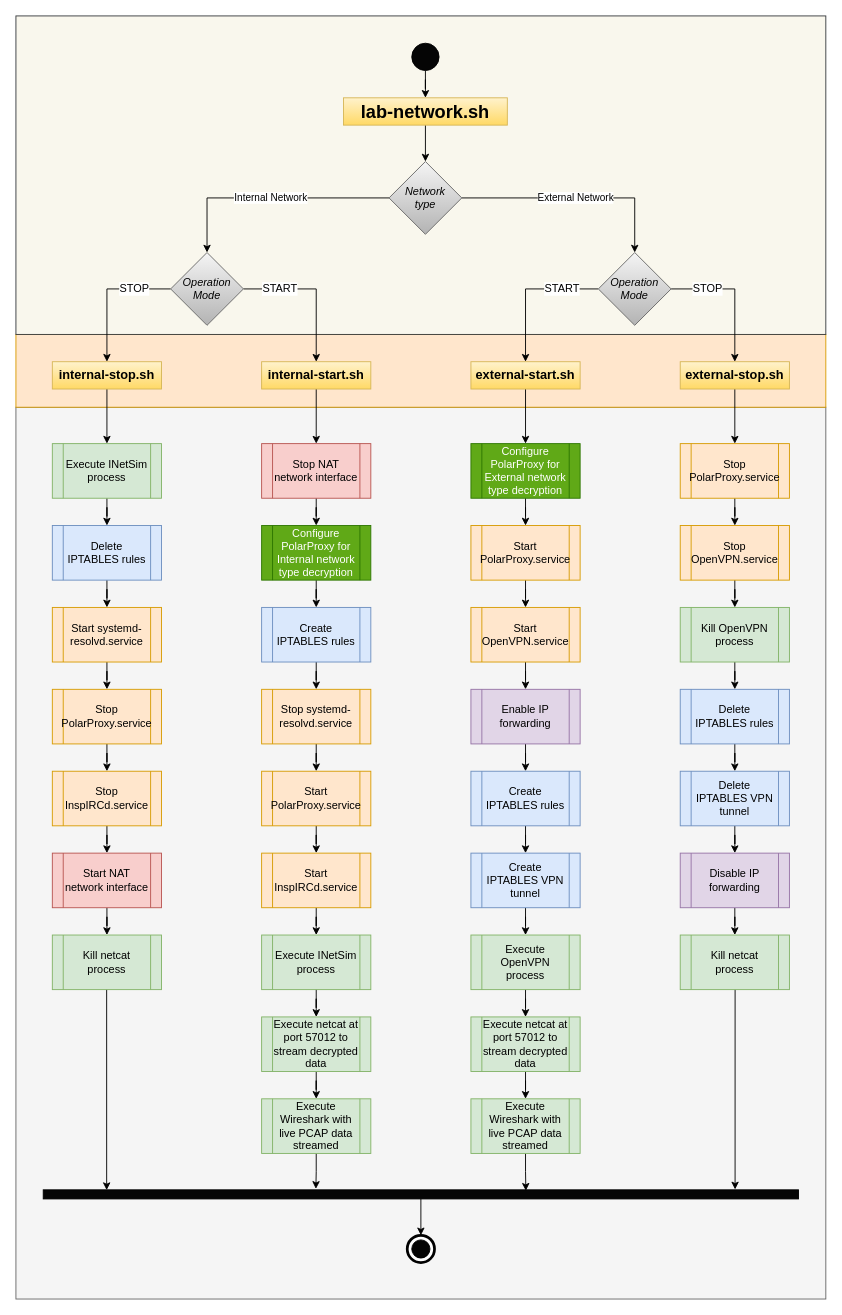
The draw.io diagram assets/lab-part-2/script-network.drawio in qwertzy-antonio-godinho/qwertzy-antonio-godinho.github.io, before the edit. Source tidied: cells renumbered, new cells numbered last; positions are measured from the earlier drawing's top-left corner, leaving out a move shared by most shapes. Both pictures are drawn from the tidied source at 91%, with x=0, y=0 at pixel (15, 15).
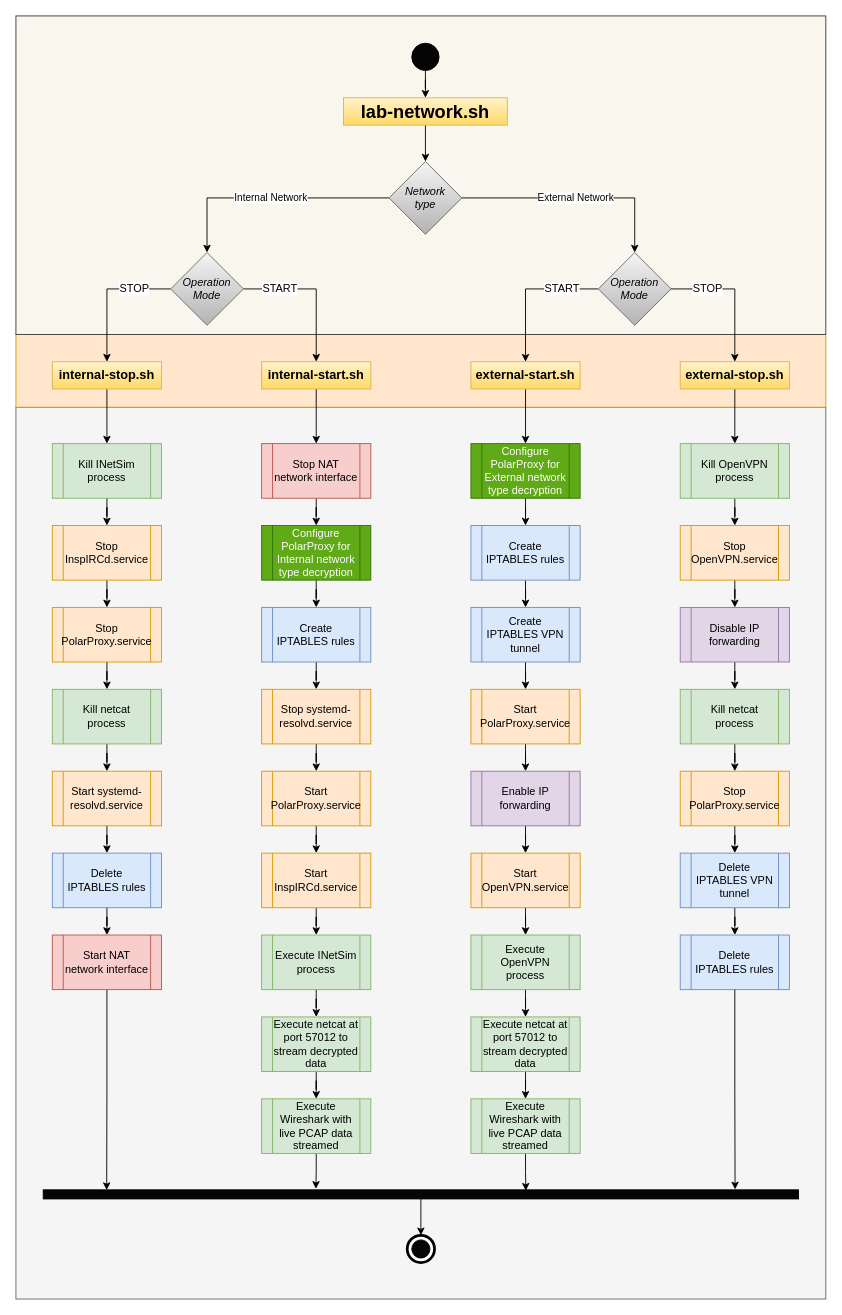
After the change.

Unchanged cells that the change refers to:
```xml
<mxCell id="22" value="Configure PolarProxy for External network type decryption" style="shape=process;whiteSpace=wrap;html=1;backgroundOutline=1;fillColor=#60a917;strokeColor=#2D7600;fontColor=#ffffff;" parent="1" vertex="1">
  <mxGeometry x="500" y="470" width="120" height="60" as="geometry" />
</mxCell>
<mxCell id="58" value="&lt;font style=&quot;font-size: 14px&quot;&gt;external-stop.sh&lt;/font&gt;" style="rounded=0;whiteSpace=wrap;html=1;gradientColor=#ffd966;fillColor=#fff2cc;strokeColor=#d6b656;fontStyle=1;" parent="1" vertex="1">
  <mxGeometry x="730" y="380" width="120" height="30" as="geometry" />
</mxCell>
<mxCell id="70" value="Execute OpenVPN process" style="shape=process;whiteSpace=wrap;html=1;backgroundOutline=1;fillColor=#d5e8d4;strokeColor=#82b366;" parent="1" vertex="1">
  <mxGeometry x="500" y="1010" width="120" height="60" as="geometry" />
</mxCell>
<mxCell id="74" value="Stop OpenVPN.service" style="shape=process;whiteSpace=wrap;html=1;backgroundOutline=1;fillColor=#ffe6cc;strokeColor=#d79b00;" parent="1" vertex="1">
  <mxGeometry x="730" y="560" width="120" height="60" as="geometry" />
</mxCell>
<mxCell id="90" style="rounded=0;whiteSpace=wrap;html=1;glass=0;fillColor=#050505;" parent="1" vertex="1">
  <mxGeometry x="30" y="1290" width="830" height="10" as="geometry" />
</mxCell>
```

Change to the diagram source:
```diff
@@
-    <mxCell id="21" style="edgeStyle=orthogonalEdgeStyle;rounded=0;jettySize=auto;html=1;" parent="1" edge="1" source="22" target="60">
-      <mxGeometry relative="1" as="geometry" />
-    </mxCell>
+    <mxCell id="94" style="edgeStyle=orthogonalEdgeStyle;rounded=0;jettySize=auto;html=1;entryX=0.5;entryY=0;entryDx=0;entryDy=0;" parent="1" edge="1" source="22" target="66">
+      <mxGeometry relative="1" as="geometry" />
+    </mxCell>
@@
-    <mxCell id="30" style="edgeStyle=orthogonalEdgeStyle;rounded=0;jettySize=auto;html=1;" parent="1" edge="1" source="31" target="35">
-      <mxGeometry relative="1" as="geometry" />
-    </mxCell>
+    <mxCell id="95" style="edgeStyle=orthogonalEdgeStyle;rounded=0;jettySize=auto;html=1;entryX=0.5;entryY=0;entryDx=0;entryDy=0;" parent="1" edge="1" source="31" target="41">
+      <mxGeometry relative="1" as="geometry" />
+    </mxCell>
-    <mxCell id="31" value="Execute INetSim process" style="shape=process;whiteSpace=wrap;html=1;backgroundOutline=1;fillColor=#d5e8d4;strokeColor=#82b366;" parent="1" vertex="1">
+    <mxCell id="31" value="Kill INetSim process" style="shape=process;whiteSpace=wrap;html=1;backgroundOutline=1;fillColor=#d5e8d4;strokeColor=#82b366;" parent="1" vertex="1">
       <mxGeometry x="40" y="470" width="120" height="60" as="geometry" />
     </mxCell>
-    <mxCell id="32" style="edgeStyle=orthogonalEdgeStyle;rounded=0;jettySize=auto;html=1;entryX=0.084;entryY=0.034;entryDx=0;entryDy=0;entryPerimeter=0;exitX=0.5;exitY=1;exitDx=0;exitDy=0;" parent="1" edge="1" source="33" target="90">
-      <mxGeometry relative="1" as="geometry">
-        <Array as="points">
-          <mxPoint x="100" y="1290" />
-        </Array>
-      </mxGeometry>
+    <mxCell id="32" style="edgeStyle=orthogonalEdgeStyle;rounded=0;jettySize=auto;html=1;entryX=0.084;entryY=0.034;entryDx=0;entryDy=0;entryPerimeter=0;exitX=0.5;exitY=1;exitDx=0;exitDy=0;" parent="1" edge="1" source="51" target="90">
+      <mxGeometry relative="1" as="geometry" />
     </mxCell>
+    <mxCell id="96" style="edgeStyle=orthogonalEdgeStyle;rounded=0;jettySize=auto;html=1;" parent="1" edge="1" source="33" target="37">
+      <mxGeometry relative="1" as="geometry" />
+    </mxCell>
     <mxCell id="33" value="Kill netcat process" style="shape=process;whiteSpace=wrap;html=1;backgroundOutline=1;fillColor=#d5e8d4;strokeColor=#82b366;" parent="1" vertex="1">
-      <mxGeometry x="40" y="1010" width="120" height="60" as="geometry" />
+      <mxGeometry x="40" y="740" width="120" height="60" as="geometry" />
     </mxCell>
-    <mxCell id="34" style="edgeStyle=orthogonalEdgeStyle;rounded=0;jettySize=auto;html=1;" parent="1" edge="1" source="35" target="37">
-      <mxGeometry relative="1" as="geometry" />
-    </mxCell>
+    <mxCell id="97" style="edgeStyle=orthogonalEdgeStyle;rounded=0;jettySize=auto;html=1;entryX=0.5;entryY=0;entryDx=0;entryDy=0;" parent="1" edge="1" source="35" target="51">
+      <mxGeometry relative="1" as="geometry" />
+    </mxCell>
     <mxCell id="35" value="Delete IPTABLES rules" style="shape=process;whiteSpace=wrap;html=1;backgroundOutline=1;fillColor=#dae8fc;strokeColor=#6c8ebf;" parent="1" vertex="1">
-      <mxGeometry x="40" y="560" width="120" height="60" as="geometry" />
+      <mxGeometry x="40" y="920" width="120" height="60" as="geometry" />
     </mxCell>
-    <mxCell id="36" style="edgeStyle=orthogonalEdgeStyle;rounded=0;jettySize=auto;html=1;" parent="1" edge="1" source="37" target="39">
-      <mxGeometry relative="1" as="geometry" />
-    </mxCell>
+    <mxCell id="98" style="edgeStyle=orthogonalEdgeStyle;rounded=0;jettySize=auto;html=1;entryX=0.5;entryY=0;entryDx=0;entryDy=0;" parent="1" edge="1" source="37" target="35">
+      <mxGeometry relative="1" as="geometry" />
+    </mxCell>
     <mxCell id="37" value="Start systemd-resolvd.service" style="shape=process;whiteSpace=wrap;html=1;backgroundOutline=1;fillColor=#ffe6cc;strokeColor=#d79b00;" parent="1" vertex="1">
-      <mxGeometry x="40" y="650" width="120" height="60" as="geometry" />
+      <mxGeometry x="40" y="830" width="120" height="60" as="geometry" />
     </mxCell>
-    <mxCell id="38" style="edgeStyle=orthogonalEdgeStyle;rounded=0;jettySize=auto;html=1;" parent="1" edge="1" source="39" target="41">
-      <mxGeometry relative="1" as="geometry" />
-    </mxCell>
+    <mxCell id="99" style="edgeStyle=orthogonalEdgeStyle;rounded=0;jettySize=auto;html=1;" parent="1" edge="1" source="39" target="33">
+      <mxGeometry relative="1" as="geometry" />
+    </mxCell>
     <mxCell id="39" value="Stop PolarProxy.service" style="shape=process;whiteSpace=wrap;html=1;backgroundOutline=1;fillColor=#ffe6cc;strokeColor=#d79b00;" parent="1" vertex="1">
-      <mxGeometry x="40" y="740" width="120" height="60" as="geometry" />
+      <mxGeometry x="40" y="650" width="120" height="60" as="geometry" />
     </mxCell>
-    <mxCell id="40" style="edgeStyle=orthogonalEdgeStyle;rounded=0;jettySize=auto;html=1;" parent="1" edge="1" source="41" target="51">
-      <mxGeometry relative="1" as="geometry" />
-    </mxCell>
+    <mxCell id="100" style="edgeStyle=orthogonalEdgeStyle;rounded=0;jettySize=auto;html=1;entryX=0.5;entryY=0;entryDx=0;entryDy=0;" parent="1" edge="1" source="41" target="39">
+      <mxGeometry relative="1" as="geometry" />
+    </mxCell>
     <mxCell id="41" value="Stop InspIRCd.service" style="shape=process;whiteSpace=wrap;html=1;backgroundOutline=1;fillColor=#ffe6cc;strokeColor=#d79b00;" parent="1" vertex="1">
-      <mxGeometry x="40" y="830" width="120" height="60" as="geometry" />
+      <mxGeometry x="40" y="560" width="120" height="60" as="geometry" />
     </mxCell>
@@
-    <mxCell id="50" style="edgeStyle=orthogonalEdgeStyle;rounded=0;jettySize=auto;html=1;entryX=0.5;entryY=0;entryDx=0;entryDy=0;" parent="1" edge="1" source="51" target="33">
-      <mxGeometry relative="1" as="geometry" />
-    </mxCell>
     <mxCell id="51" value="Start NAT network interface" style="shape=process;whiteSpace=wrap;html=1;backgroundOutline=1;fillColor=#f8cecc;strokeColor=#b85450;" parent="1" vertex="1">
-      <mxGeometry x="40" y="920" width="120" height="60" as="geometry" />
+      <mxGeometry x="40" y="1010" width="120" height="60" as="geometry" />
     </mxCell>
@@
-    <mxCell id="57" style="edgeStyle=orthogonalEdgeStyle;rounded=0;jettySize=auto;html=1;entryX=0.5;entryY=0;entryDx=0;entryDy=0;" parent="1" edge="1" source="58" target="72">
-      <mxGeometry relative="1" as="geometry" />
-    </mxCell>
+    <mxCell id="101" style="edgeStyle=orthogonalEdgeStyle;rounded=0;jettySize=auto;html=1;entryX=0.5;entryY=0;entryDx=0;entryDy=0;" parent="1" edge="1" source="58" target="76">
+      <mxGeometry relative="1" as="geometry" />
+    </mxCell>
@@
-    <mxCell id="59" style="edgeStyle=orthogonalEdgeStyle;rounded=0;jettySize=auto;html=1;entryX=0.5;entryY=0;entryDx=0;entryDy=0;" parent="1" edge="1" source="60" target="62">
-      <mxGeometry relative="1" as="geometry" />
-    </mxCell>
+    <mxCell id="102" style="edgeStyle=orthogonalEdgeStyle;rounded=0;jettySize=auto;html=1;entryX=0.5;entryY=0;entryDx=0;entryDy=0;" parent="1" edge="1" source="60" target="64">
+      <mxGeometry relative="1" as="geometry" />
+    </mxCell>
     <mxCell id="60" value="Start PolarProxy.service" style="shape=process;whiteSpace=wrap;html=1;backgroundOutline=1;fillColor=#ffe6cc;strokeColor=#d79b00;" parent="1" vertex="1">
-      <mxGeometry x="500" y="560" width="120" height="60" as="geometry" />
+      <mxGeometry x="500" y="740" width="120" height="60" as="geometry" />
     </mxCell>
-    <mxCell id="61" style="edgeStyle=orthogonalEdgeStyle;rounded=0;jettySize=auto;html=1;entryX=0.5;entryY=0;entryDx=0;entryDy=0;" parent="1" edge="1" source="62" target="64">
-      <mxGeometry relative="1" as="geometry" />
-    </mxCell>
+    <mxCell id="103" style="edgeStyle=orthogonalEdgeStyle;rounded=0;jettySize=auto;html=1;" parent="1" edge="1" source="62" target="70">
+      <mxGeometry relative="1" as="geometry" />
+    </mxCell>
     <mxCell id="62" value="Start OpenVPN.service" style="shape=process;whiteSpace=wrap;html=1;backgroundOutline=1;fillColor=#ffe6cc;strokeColor=#d79b00;" parent="1" vertex="1">
-      <mxGeometry x="500" y="650" width="120" height="60" as="geometry" />
+      <mxGeometry x="500" y="920" width="120" height="60" as="geometry" />
     </mxCell>
-    <mxCell id="63" style="edgeStyle=orthogonalEdgeStyle;rounded=0;jettySize=auto;html=1;entryX=0.5;entryY=0;entryDx=0;entryDy=0;" parent="1" edge="1" source="64" target="66">
-      <mxGeometry relative="1" as="geometry" />
-    </mxCell>
+    <mxCell id="104" style="edgeStyle=orthogonalEdgeStyle;rounded=0;jettySize=auto;html=1;entryX=0.5;entryY=0;entryDx=0;entryDy=0;" parent="1" edge="1" source="64" target="62">
+      <mxGeometry relative="1" as="geometry" />
+    </mxCell>
     <mxCell id="64" value="Enable IP forwarding" style="shape=process;whiteSpace=wrap;html=1;backgroundOutline=1;fillColor=#e1d5e7;strokeColor=#9673a6;" parent="1" vertex="1">
-      <mxGeometry x="500" y="740" width="120" height="60" as="geometry" />
+      <mxGeometry x="500" y="830" width="120" height="60" as="geometry" />
     </mxCell>
-    <mxCell id="65" style="edgeStyle=orthogonalEdgeStyle;rounded=0;jettySize=auto;html=1;entryX=0.5;entryY=0;entryDx=0;entryDy=0;" parent="1" edge="1" source="66" target="68">
+    <mxCell id="65" style="edgeStyle=orthogonalEdgeStyle;rounded=0;jettySize=auto;html=1;" parent="1" edge="1" source="66" target="68">
       <mxGeometry relative="1" as="geometry" />
     </mxCell>
     <mxCell id="66" value="Create IPTABLES rules" style="shape=process;whiteSpace=wrap;html=1;backgroundOutline=1;fillColor=#dae8fc;strokeColor=#6c8ebf;" parent="1" vertex="1">
-      <mxGeometry x="500" y="830" width="120" height="60" as="geometry" />
+      <mxGeometry x="500" y="560" width="120" height="60" as="geometry" />
     </mxCell>
-    <mxCell id="67" style="edgeStyle=orthogonalEdgeStyle;rounded=0;jettySize=auto;html=1;entryX=0.5;entryY=0;entryDx=0;entryDy=0;" parent="1" edge="1" source="68" target="70">
-      <mxGeometry relative="1" as="geometry" />
-    </mxCell>
+    <mxCell id="105" style="edgeStyle=orthogonalEdgeStyle;rounded=0;jettySize=auto;html=1;" parent="1" edge="1" source="68" target="60">
+      <mxGeometry relative="1" as="geometry" />
+    </mxCell>
     <mxCell id="68" value="Create IPTABLES VPN tunnel " style="shape=process;whiteSpace=wrap;html=1;backgroundOutline=1;fillColor=#dae8fc;strokeColor=#6c8ebf;" parent="1" vertex="1">
-      <mxGeometry x="500" y="920" width="120" height="60" as="geometry" />
+      <mxGeometry x="500" y="650" width="120" height="60" as="geometry" />
     </mxCell>
@@
-    <mxCell id="71" style="edgeStyle=orthogonalEdgeStyle;rounded=0;jettySize=auto;html=1;entryX=0.5;entryY=0;entryDx=0;entryDy=0;" parent="1" edge="1" source="72" target="74">
-      <mxGeometry relative="1" as="geometry" />
-    </mxCell>
+    <mxCell id="106" style="edgeStyle=orthogonalEdgeStyle;rounded=0;jettySize=auto;html=1;entryX=0.5;entryY=0;entryDx=0;entryDy=0;" parent="1" edge="1" source="72" target="80">
+      <mxGeometry relative="1" as="geometry" />
+    </mxCell>
     <mxCell id="72" value="Stop PolarProxy.service" style="shape=process;whiteSpace=wrap;html=1;backgroundOutline=1;fillColor=#ffe6cc;strokeColor=#d79b00;" parent="1" vertex="1">
-      <mxGeometry x="730" y="470" width="120" height="60" as="geometry" />
+      <mxGeometry x="730" y="830" width="120" height="60" as="geometry" />
     </mxCell>
-    <mxCell id="73" style="edgeStyle=orthogonalEdgeStyle;rounded=0;jettySize=auto;html=1;" parent="1" edge="1" source="74" target="76">
-      <mxGeometry relative="1" as="geometry" />
-    </mxCell>
+    <mxCell id="107" style="edgeStyle=orthogonalEdgeStyle;rounded=0;jettySize=auto;html=1;" parent="1" edge="1" source="74" target="82">
+      <mxGeometry relative="1" as="geometry" />
+    </mxCell>
@@
-    <mxCell id="75" style="edgeStyle=orthogonalEdgeStyle;rounded=0;jettySize=auto;html=1;" parent="1" edge="1" source="76" target="78">
-      <mxGeometry relative="1" as="geometry" />
-    </mxCell>
+    <mxCell id="108" style="edgeStyle=orthogonalEdgeStyle;rounded=0;jettySize=auto;html=1;entryX=0.5;entryY=0;entryDx=0;entryDy=0;" parent="1" edge="1" source="76" target="74">
+      <mxGeometry relative="1" as="geometry" />
+    </mxCell>
     <mxCell id="76" value="&lt;div&gt;Kill OpenVPN process&lt;/div&gt;" style="shape=process;whiteSpace=wrap;html=1;backgroundOutline=1;fillColor=#d5e8d4;strokeColor=#82b366;" parent="1" vertex="1">
-      <mxGeometry x="730" y="650" width="120" height="60" as="geometry" />
+      <mxGeometry x="730" y="470" width="120" height="60" as="geometry" />
     </mxCell>
-    <mxCell id="77" style="edgeStyle=orthogonalEdgeStyle;rounded=0;jettySize=auto;html=1;" parent="1" edge="1" source="78" target="80">
-      <mxGeometry relative="1" as="geometry" />
-    </mxCell>
     <mxCell id="78" value="Delete IPTABLES rules" style="shape=process;whiteSpace=wrap;html=1;backgroundOutline=1;fillColor=#dae8fc;strokeColor=#6c8ebf;" parent="1" vertex="1">
-      <mxGeometry x="730" y="740" width="120" height="60" as="geometry" />
+      <mxGeometry x="730" y="1010" width="120" height="60" as="geometry" />
     </mxCell>
-    <mxCell id="79" style="edgeStyle=orthogonalEdgeStyle;rounded=0;jettySize=auto;html=1;" parent="1" edge="1" source="80" target="82">
-      <mxGeometry relative="1" as="geometry" />
-    </mxCell>
+    <mxCell id="109" style="edgeStyle=orthogonalEdgeStyle;rounded=0;jettySize=auto;html=1;entryX=0.5;entryY=0;entryDx=0;entryDy=0;" parent="1" edge="1" source="80" target="78">
+      <mxGeometry relative="1" as="geometry" />
+    </mxCell>
     <mxCell id="80" value="&lt;div&gt;Delete IPTABLES VPN tunnel &lt;/div&gt;" style="shape=process;whiteSpace=wrap;html=1;backgroundOutline=1;fillColor=#dae8fc;strokeColor=#6c8ebf;" parent="1" vertex="1">
-      <mxGeometry x="730" y="830" width="120" height="60" as="geometry" />
+      <mxGeometry x="730" y="920" width="120" height="60" as="geometry" />
     </mxCell>
@@
     <mxCell id="82" value="Disable IP forwarding" style="shape=process;whiteSpace=wrap;html=1;backgroundOutline=1;fillColor=#e1d5e7;strokeColor=#9673a6;" parent="1" vertex="1">
-      <mxGeometry x="730" y="920" width="120" height="60" as="geometry" />
+      <mxGeometry x="730" y="650" width="120" height="60" as="geometry" />
     </mxCell>
@@
-    <mxCell id="85" style="edgeStyle=orthogonalEdgeStyle;rounded=0;jettySize=auto;html=1;entryX=0.916;entryY=-0.043;entryDx=0;entryDy=0;entryPerimeter=0;exitX=0.5;exitY=1;exitDx=0;exitDy=0;" parent="1" edge="1" source="86" target="90">
-      <mxGeometry relative="1" as="geometry">
-        <Array as="points">
-          <mxPoint x="790" y="1290" />
-        </Array>
-      </mxGeometry>
+    <mxCell id="85" style="edgeStyle=orthogonalEdgeStyle;rounded=0;jettySize=auto;html=1;entryX=0.916;entryY=-0.043;entryDx=0;entryDy=0;entryPerimeter=0;exitX=0.5;exitY=1;exitDx=0;exitDy=0;" parent="1" edge="1" source="78" target="90">
+      <mxGeometry relative="1" as="geometry" />
     </mxCell>
+    <mxCell id="110" style="edgeStyle=orthogonalEdgeStyle;rounded=0;jettySize=auto;html=1;" parent="1" edge="1" source="86" target="72">
+      <mxGeometry relative="1" as="geometry" />
+    </mxCell>
     <mxCell id="86" value="Kill netcat process" style="shape=process;whiteSpace=wrap;html=1;backgroundOutline=1;fillColor=#d5e8d4;strokeColor=#82b366;" parent="1" vertex="1">
-      <mxGeometry x="730" y="1010" width="120" height="60" as="geometry" />
+      <mxGeometry x="730" y="740" width="120" height="60" as="geometry" />
     </mxCell>
```
